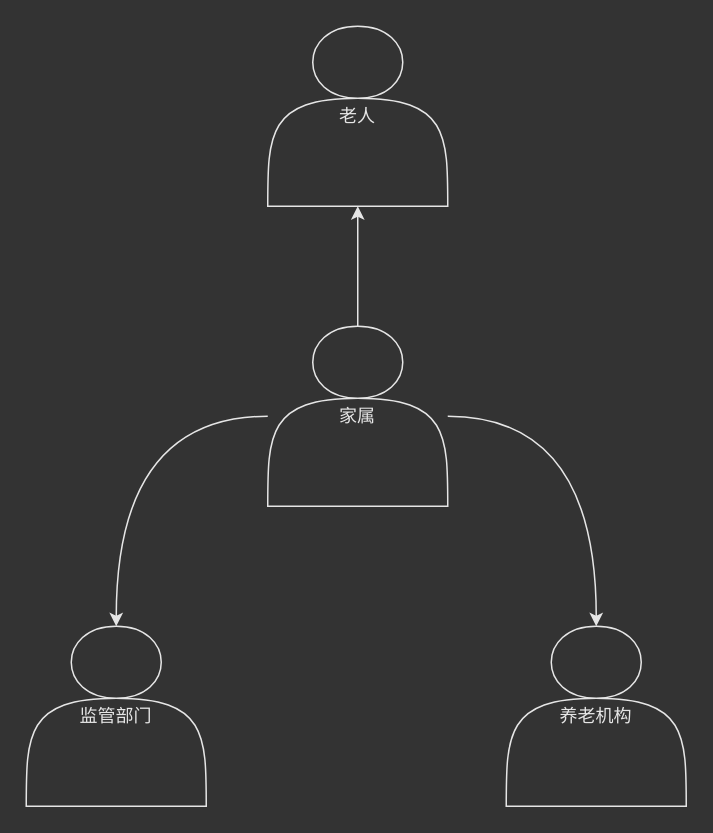
This is src/work/wyjz/daqinggu/pension_person.drawio from ab-doc/draw.io, a draw.io file, before an edit. Source tidied: cells renumbered, new cells numbered last; positions are measured from the earlier drawing's top-left corner, leaving out a move shared by most shapes. Both pictures are drawn from the tidied source at 150%, with x=0, y=0 at pixel (26, 26).
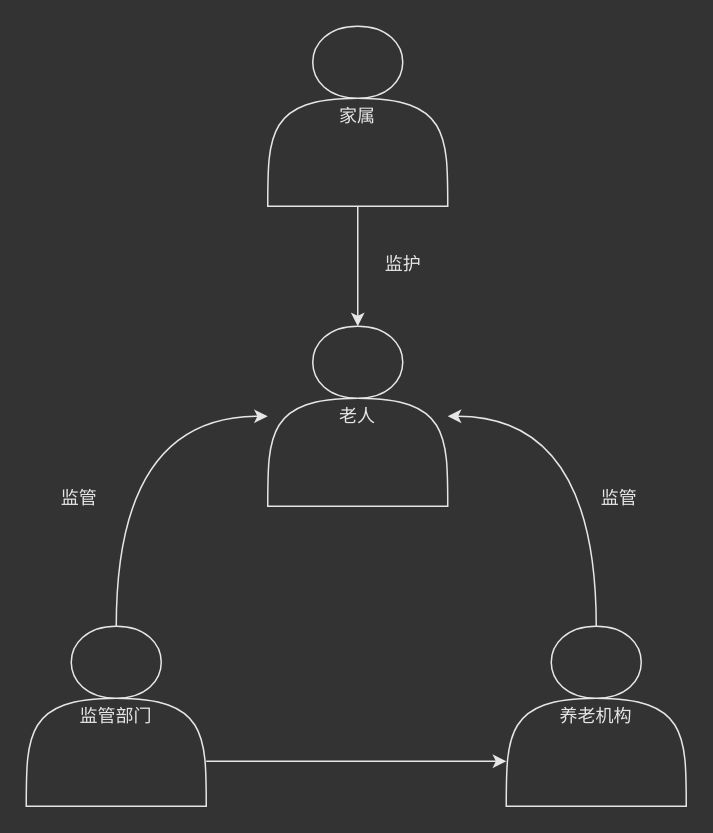
The same diagram, later.

What changed in the source:
```diff
@@
 <mxGraphModel background="#333333">
   <root>
     <mxCell id="0" />
     <mxCell id="1" parent="0" />
-    <mxCell id="2" style="edgeStyle=orthogonalEdgeStyle;rounded=0;jettySize=auto;html=1;fontColor=#E6E6E6;strokeColor=#E6E6E6;curved=1;" parent="1" edge="1" source="5" target="6">
+    <mxCell id="2" style="edgeStyle=orthogonalEdgeStyle;rounded=0;jettySize=auto;html=1;fontColor=#E6E6E6;strokeColor=#E6E6E6;curved=1;startArrow=classic;startFill=1;endArrow=none;endFill=0;" parent="1" edge="1" source="5" target="6">
       <mxGeometry relative="1" as="geometry" />
     </mxCell>
-    <mxCell id="3" style="edgeStyle=orthogonalEdgeStyle;rounded=0;jettySize=auto;html=1;fontColor=#E6E6E6;strokeColor=#E6E6E6;curved=1;" parent="1" edge="1" source="5" target="7">
+    <mxCell id="3" style="edgeStyle=orthogonalEdgeStyle;rounded=0;jettySize=auto;html=1;fontColor=#E6E6E6;strokeColor=#E6E6E6;curved=1;startArrow=classic;startFill=1;endArrow=none;endFill=0;" parent="1" edge="1" source="5" target="7">
       <mxGeometry relative="1" as="geometry" />
     </mxCell>
-    <mxCell id="4" style="edgeStyle=orthogonalEdgeStyle;curved=1;rounded=0;jettySize=auto;html=1;strokeColor=#E6E6E6;" parent="1" edge="1" source="5" target="8">
+    <mxCell id="4" style="edgeStyle=orthogonalEdgeStyle;curved=1;rounded=0;jettySize=auto;html=1;strokeColor=#E6E6E6;startArrow=classic;startFill=1;endArrow=none;endFill=0;" parent="1" edge="1" source="5" target="8">
       <mxGeometry relative="1" as="geometry" />
     </mxCell>
-    <mxCell id="5" value="&lt;font color=&quot;#e6e6e6&quot;&gt;家属&lt;/font&gt;" style="shape=actor;whiteSpace=wrap;html=1;fillColor=none;strokeColor=#E6E6E6;" parent="1" vertex="1">
+    <mxCell id="5" value="&lt;font color=&quot;#e6e6e6&quot;&gt;老人&lt;/font&gt;" style="shape=actor;whiteSpace=wrap;html=1;fillColor=none;strokeColor=#E6E6E6;" parent="1" vertex="1">
       <mxGeometry x="161" y="200" width="120" height="120" as="geometry" />
     </mxCell>
     <mxCell id="6" value="&lt;font color=&quot;#e6e6e6&quot;&gt;养老机构&lt;/font&gt;" style="shape=actor;whiteSpace=wrap;html=1;fillColor=none;strokeColor=#E6E6E6;" parent="1" vertex="1">
       <mxGeometry x="320" y="400" width="120" height="120" as="geometry" />
     </mxCell>
+    <mxCell id="9" style="edgeStyle=orthogonalEdgeStyle;curved=1;rounded=0;jettySize=auto;html=1;strokeColor=#E6E6E6;entryX=0;entryY=0.75;entryDx=0;entryDy=0;exitX=1;exitY=0.75;exitDx=0;exitDy=0;" parent="1" edge="1" source="7" target="6">
+      <mxGeometry relative="1" as="geometry" />
+    </mxCell>
     <mxCell id="7" value="&lt;font color=&quot;#e6e6e6&quot;&gt;监管部门&lt;/font&gt;" style="shape=actor;whiteSpace=wrap;html=1;fillColor=none;strokeColor=#E6E6E6;" parent="1" vertex="1">
       <mxGeometry y="400" width="120" height="120" as="geometry" />
     </mxCell>
-    <mxCell id="8" value="&lt;font color=&quot;#e6e6e6&quot;&gt;老人&lt;/font&gt;" style="shape=actor;whiteSpace=wrap;html=1;fillColor=none;strokeColor=#E6E6E6;" parent="1" vertex="1">
+    <mxCell id="8" value="&lt;font color=&quot;#e6e6e6&quot;&gt;家属&lt;/font&gt;" style="shape=actor;whiteSpace=wrap;html=1;fillColor=none;strokeColor=#E6E6E6;" parent="1" vertex="1">
       <mxGeometry x="161" width="120" height="120" as="geometry" />
     </mxCell>
+    <mxCell id="10" value="&lt;font color=&quot;#e6e6e6&quot;&gt;监护&lt;/font&gt;" style="text;html=1;align=center;verticalAlign=middle;strokeColor=none;fillColor=none;" parent="1" vertex="1">
+      <mxGeometry x="226" y="144" width="50" height="30" as="geometry" />
+    </mxCell>
+    <mxCell id="11" value="&lt;font color=&quot;#e6e6e6&quot;&gt;监管&lt;/font&gt;" style="text;html=1;align=center;verticalAlign=middle;strokeColor=none;fillColor=none;" parent="1" vertex="1">
+      <mxGeometry x="10" y="300" width="50" height="30" as="geometry" />
+    </mxCell>
+    <mxCell id="12" value="&lt;font color=&quot;#e6e6e6&quot;&gt;监管&lt;/font&gt;" style="text;html=1;align=center;verticalAlign=middle;strokeColor=none;fillColor=none;" parent="1" vertex="1">
+      <mxGeometry x="370" y="300" width="50" height="30" as="geometry" />
+    </mxCell>
   </root>
 </mxGraphModel>
```
